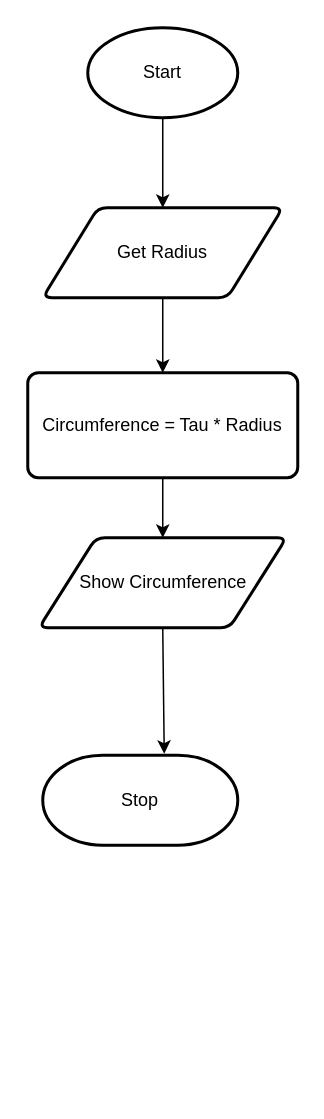
Earlier version of the draw.io diagram flowchart.drawio (Ethan-Prieur1/ICS3U-Unit6-02-Python). Source tidied: cells renumbered, new cells numbered last; positions are measured from the earlier drawing's top-left corner, leaving out a move shared by most shapes. Both pictures are drawn from the tidied source at 150%, with x=0, y=0 at pixel (27, 27).
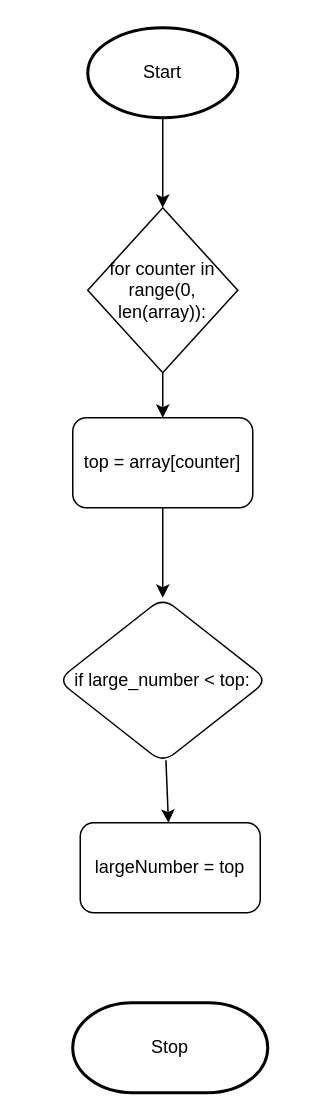
After the change.

Change to the diagram source:
```diff
@@
 <mxGraphModel>
   <root>
     <mxCell id="0" />
     <mxCell id="1" parent="0" />
-    <mxCell id="2" style="edgeStyle=none;html=1;exitX=0.5;exitY=1;exitDx=0;exitDy=0;exitPerimeter=0;entryX=0.5;entryY=0;entryDx=0;entryDy=0;" parent="1" edge="1" source="3" target="5">
-      <mxGeometry relative="1" as="geometry" />
+    <mxCell id="2" style="edgeStyle=none;html=1;exitX=0.5;exitY=1;exitDx=0;exitDy=0;exitPerimeter=0;entryX=0.5;entryY=0;entryDx=0;entryDy=0;" parent="1" edge="1" source="3">
+      <mxGeometry relative="1" as="geometry">
+        <mxPoint x="90" y="120" as="targetPoint" />
+      </mxGeometry>
     </mxCell>
     <mxCell id="3" value="Start" style="strokeWidth=2;html=1;shape=mxgraph.flowchart.start_1;whiteSpace=wrap;" parent="1" vertex="1">
       <mxGeometry x="40" width="100" height="60" as="geometry" />
     </mxCell>
+    <mxCell id="10" value="Stop" style="strokeWidth=2;html=1;shape=mxgraph.flowchart.terminator;whiteSpace=wrap;" parent="1" vertex="1">
+      <mxGeometry x="30" y="650" width="130" height="60" as="geometry" />
+    </mxCell>
+    <mxCell id="8" style="edgeStyle=none;html=1;" parent="1" edge="1" source="4" target="6">
+      <mxGeometry relative="1" as="geometry" />
+    </mxCell>
-    <mxCell id="4" style="edgeStyle=none;html=1;exitX=0.5;exitY=1;exitDx=0;exitDy=0;entryX=0.5;entryY=0;entryDx=0;entryDy=0;" parent="1" edge="1" source="5" target="7">
-      <mxGeometry relative="1" as="geometry" />
+    <mxCell id="4" value="for counter in range(0, len(array)):" style="rhombus;whiteSpace=wrap;html=1;" parent="1" vertex="1">
+      <mxGeometry x="40" y="120" width="100" height="110" as="geometry" />
     </mxCell>
-    <mxCell id="5" value="Get Radius" style="shape=parallelogram;html=1;strokeWidth=2;perimeter=parallelogramPerimeter;whiteSpace=wrap;rounded=1;arcSize=12;size=0.23;" parent="1" vertex="1">
-      <mxGeometry x="10" y="120" width="160" height="60" as="geometry" />
-    </mxCell>
+    <mxCell id="11" style="edgeStyle=none;html=1;" parent="1" edge="1" source="6" target="13">
+      <mxGeometry relative="1" as="geometry" />
+    </mxCell>
-    <mxCell id="6" style="edgeStyle=none;html=1;exitX=0.5;exitY=1;exitDx=0;exitDy=0;entryX=0.5;entryY=0;entryDx=0;entryDy=0;" parent="1" edge="1" source="7" target="9">
-      <mxGeometry relative="1" as="geometry" />
+    <mxCell id="6" value="top = array[counter]" style="rounded=1;whiteSpace=wrap;html=1;" parent="1" vertex="1">
+      <mxGeometry x="30" y="260" width="120" height="60" as="geometry" />
     </mxCell>
-    <mxCell id="7" value="Circumference = Tau * Radius" style="rounded=1;whiteSpace=wrap;html=1;absoluteArcSize=1;arcSize=14;strokeWidth=2;" parent="1" vertex="1">
-      <mxGeometry y="230" width="180" height="70" as="geometry" />
-    </mxCell>
-    <mxCell id="8" style="edgeStyle=none;html=1;exitX=0.5;exitY=1;exitDx=0;exitDy=0;entryX=0.623;entryY=-0.017;entryDx=0;entryDy=0;entryPerimeter=0;" parent="1" edge="1" source="9" target="10">
-      <mxGeometry relative="1" as="geometry" />
-    </mxCell>
-    <mxCell id="9" value="Show Circumference" style="shape=parallelogram;html=1;strokeWidth=2;perimeter=parallelogramPerimeter;whiteSpace=wrap;rounded=1;arcSize=12;size=0.23;" parent="1" vertex="1">
-      <mxGeometry x="7.5" y="340" width="165" height="60" as="geometry" />
-    </mxCell>
-    <mxCell id="10" value="Stop" style="strokeWidth=2;html=1;shape=mxgraph.flowchart.terminator;whiteSpace=wrap;" parent="1" vertex="1">
-      <mxGeometry x="10" y="485" width="130" height="60" as="geometry" />
-    </mxCell>
+    <mxCell id="12" style="edgeStyle=none;html=1;" parent="1" edge="1" source="13" target="14">
+      <mxGeometry relative="1" as="geometry" />
+    </mxCell>
+    <mxCell id="13" value="if large_number &amp;lt; top:" style="rhombus;whiteSpace=wrap;html=1;rounded=1;" parent="1" vertex="1">
+      <mxGeometry x="20" y="380" width="140" height="110" as="geometry" />
+    </mxCell>
+    <mxCell id="14" value="largeNumber = top" style="whiteSpace=wrap;html=1;rounded=1;" parent="1" vertex="1">
+      <mxGeometry x="35" y="530" width="120" height="60" as="geometry" />
+    </mxCell>
   </root>
 </mxGraphModel>
```
